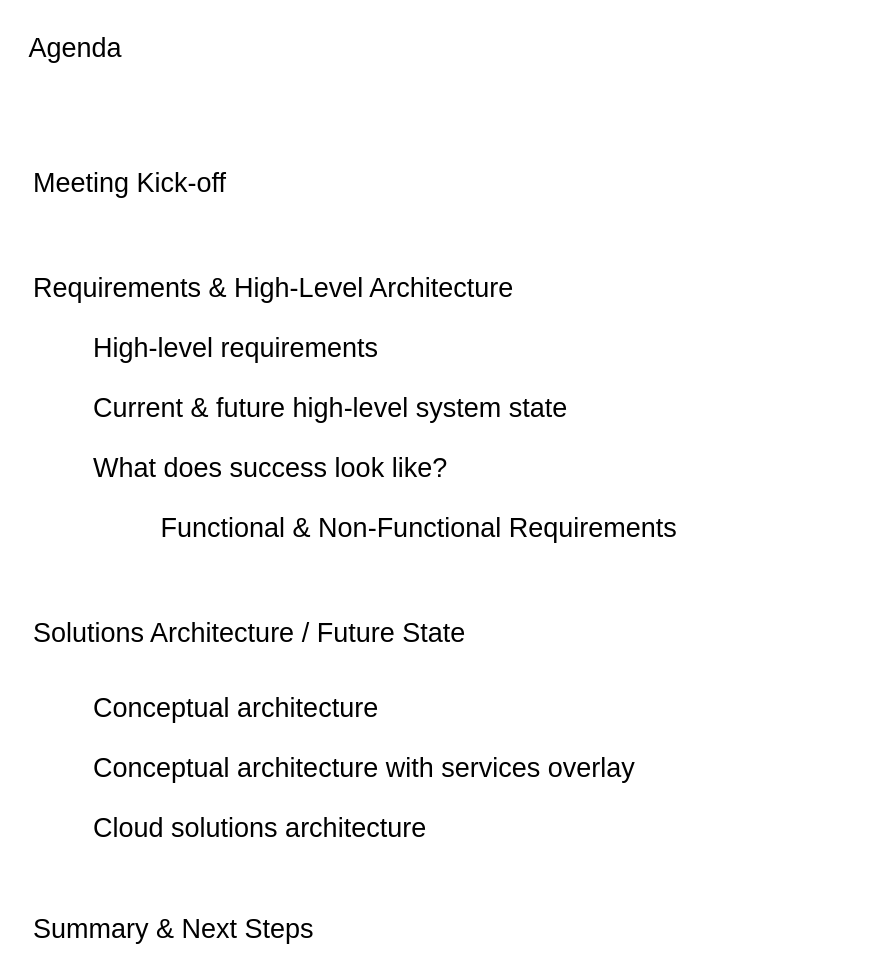
The draw.io diagram page "Agenda" (1 of 12) of demo_code/AB2 - 2022-11-30-v2.drawio in fotoby/ab3, before the edit. Source tidied: cells renumbered, new cells numbered last; positions are measured from the earlier drawing's top-left corner, leaving out a move shared by most shapes. Both pictures are drawn from the tidied source at 150%, with x=0, y=0 at pixel (30, 26).
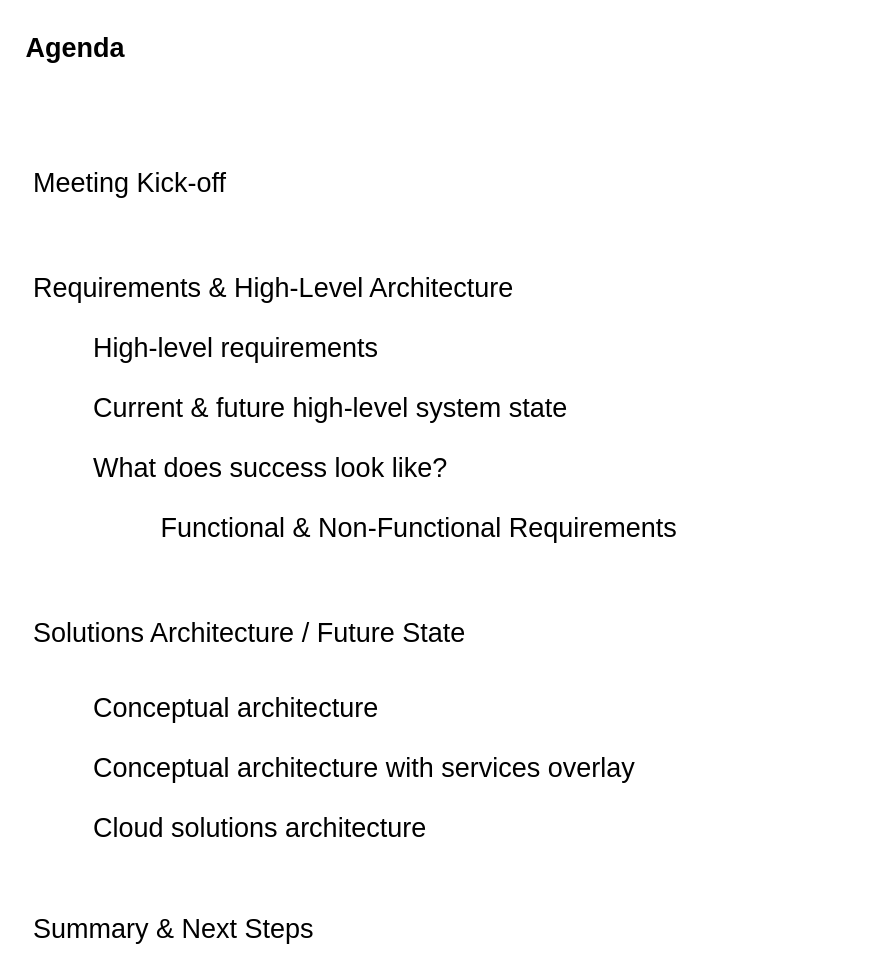
The same diagram, later.

Diff of the diagram source:
```diff
@@
 <mxGraphModel>
   <root>
     <mxCell id="0" />
     <mxCell id="1" parent="0" />
-    <mxCell id="2" value="Agenda" style="text;html=1;strokeColor=none;fillColor=none;align=center;verticalAlign=middle;whiteSpace=wrap;rounded=0;shadow=0;fontSize=18;" parent="1" vertex="1">
+    <mxCell id="2" value="Agenda" style="text;html=1;strokeColor=none;fillColor=none;align=center;verticalAlign=middle;whiteSpace=wrap;rounded=0;shadow=0;fontSize=18;fontStyle=1;" parent="1" vertex="1">
       <mxGeometry width="60" height="30" as="geometry" />
     </mxCell>
     <mxCell id="3" value="Meeting Kick-off" style="text;html=1;strokeColor=none;fillColor=none;align=left;verticalAlign=middle;whiteSpace=wrap;rounded=0;shadow=0;fontSize=18;" parent="1" vertex="1">
       <mxGeometry y="90" width="480" height="30" as="geometry" />
     </mxCell>
     <mxCell id="4" value="Requirements &amp;amp; High-Level Architecture" style="text;html=1;strokeColor=none;fillColor=none;align=left;verticalAlign=middle;whiteSpace=wrap;rounded=0;shadow=0;fontSize=18;" parent="1" vertex="1">
       <mxGeometry y="160" width="480" height="30" as="geometry" />
     </mxCell>
     <mxCell id="5" value="Solutions Architecture / Future State" style="text;html=1;strokeColor=none;fillColor=none;align=left;verticalAlign=middle;whiteSpace=wrap;rounded=0;shadow=0;fontSize=18;" parent="1" vertex="1">
       <mxGeometry y="390" width="480" height="30" as="geometry" />
     </mxCell>
     <mxCell id="6" value="Summary &amp;amp; Next Steps" style="text;html=1;strokeColor=none;fillColor=none;align=left;verticalAlign=middle;whiteSpace=wrap;rounded=0;shadow=0;fontSize=18;" parent="1" vertex="1">
       <mxGeometry y="587" width="480" height="30" as="geometry" />
     </mxCell>
     <mxCell id="7" value="Conceptual architecture" style="text;html=1;strokeColor=none;fillColor=none;align=left;verticalAlign=middle;whiteSpace=wrap;rounded=0;shadow=0;fontSize=18;" parent="1" vertex="1">
       <mxGeometry x="40" y="440" width="480" height="30" as="geometry" />
     </mxCell>
     <mxCell id="8" value="Conceptual architecture with services overlay" style="text;html=1;strokeColor=none;fillColor=none;align=left;verticalAlign=middle;whiteSpace=wrap;rounded=0;shadow=0;fontSize=18;" parent="1" vertex="1">
       <mxGeometry x="40" y="480" width="480" height="30" as="geometry" />
     </mxCell>
     <mxCell id="9" value="High-level requirements" style="text;html=1;strokeColor=none;fillColor=none;align=left;verticalAlign=middle;whiteSpace=wrap;rounded=0;shadow=0;fontSize=18;" parent="1" vertex="1">
       <mxGeometry x="40" y="200" width="480" height="30" as="geometry" />
     </mxCell>
     <mxCell id="10" value="Current &amp;amp; future high-level system state" style="text;html=1;strokeColor=none;fillColor=none;align=left;verticalAlign=middle;whiteSpace=wrap;rounded=0;shadow=0;fontSize=18;" parent="1" vertex="1">
       <mxGeometry x="40" y="240" width="480" height="30" as="geometry" />
     </mxCell>
     <mxCell id="11" value="What does success look like?" style="text;html=1;strokeColor=none;fillColor=none;align=left;verticalAlign=middle;whiteSpace=wrap;rounded=0;shadow=0;fontSize=18;" parent="1" vertex="1">
       <mxGeometry x="40" y="280" width="480" height="30" as="geometry" />
     </mxCell>
     <mxCell id="12" value="&lt;span style=&quot;white-space: pre;&quot;&gt; &lt;/span&gt;Functional &amp;amp; Non-Functional Requirements" style="text;html=1;strokeColor=none;fillColor=none;align=left;verticalAlign=middle;whiteSpace=wrap;rounded=0;shadow=0;fontSize=18;" parent="1" vertex="1">
       <mxGeometry x="80" y="320" width="480" height="30" as="geometry" />
     </mxCell>
     <mxCell id="13" value="Cloud solutions architecture&amp;nbsp;" style="text;html=1;strokeColor=none;fillColor=none;align=left;verticalAlign=middle;whiteSpace=wrap;rounded=0;shadow=0;fontSize=18;" parent="1" vertex="1">
       <mxGeometry x="40" y="520" width="480" height="30" as="geometry" />
     </mxCell>
   </root>
 </mxGraphModel>
```
